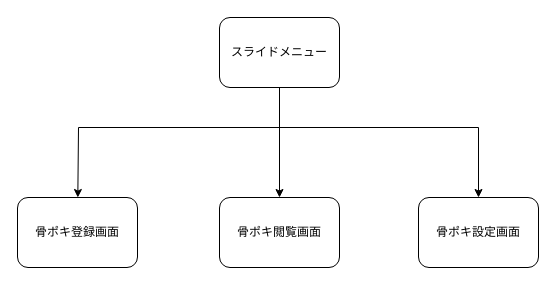
Above: 05_screen_design/screen_transition_diagram.drawio in k2491p/cracking_counter_doc (draw.io), before the change. Source tidied: cells renumbered, new cells numbered last; positions are measured from the earlier drawing's top-left corner, leaving out a move shared by most shapes. Both pictures are drawn from the tidied source at 100%, with x=0, y=0 at pixel (17, 17).
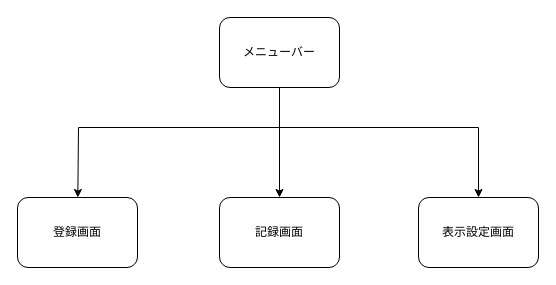
Above is the later version.

Change to the diagram source:
```diff
@@
 <mxGraphModel>
   <root>
     <mxCell id="0" />
     <mxCell id="1" parent="0" />
-    <mxCell id="2" value="骨ポキ登録画面" style="rounded=1;whiteSpace=wrap;html=1;" parent="1" vertex="1">
+    <mxCell id="2" value="登録画面" style="rounded=1;whiteSpace=wrap;html=1;" parent="1" vertex="1">
       <mxGeometry y="180" width="120" height="70" as="geometry" />
     </mxCell>
-    <mxCell id="3" value="骨ポキ閲覧画面" style="rounded=1;whiteSpace=wrap;html=1;" parent="1" vertex="1">
+    <mxCell id="3" value="記録画面" style="rounded=1;whiteSpace=wrap;html=1;" parent="1" vertex="1">
       <mxGeometry x="202" y="180" width="120" height="70" as="geometry" />
     </mxCell>
-    <mxCell id="4" value="骨ポキ設定画面" style="rounded=1;whiteSpace=wrap;html=1;" parent="1" vertex="1">
+    <mxCell id="4" value="表示設定画面" style="rounded=1;whiteSpace=wrap;html=1;" parent="1" vertex="1">
       <mxGeometry x="401" y="180" width="120" height="70" as="geometry" />
     </mxCell>
-    <mxCell id="5" value="スライドメニュー" style="rounded=1;whiteSpace=wrap;html=1;" parent="1" vertex="1">
+    <mxCell id="5" value="メニューバー" style="rounded=1;whiteSpace=wrap;html=1;" parent="1" vertex="1">
       <mxGeometry x="202" width="120" height="70" as="geometry" />
     </mxCell>
     <mxCell id="6" style="endArrow=classic;html=1;exitX=0.5;exitY=1;exitDx=0;exitDy=0;entryX=0.5;entryY=0;entryDx=0;entryDy=0;" parent="1" edge="1" source="5" target="3">
       <mxGeometry relative="1" as="geometry" />
     </mxCell>
     <mxCell id="7" style="endArrow=none;html=1;" parent="1" edge="1">
       <mxGeometry relative="1" as="geometry">
         <mxPoint x="61" y="110" as="sourcePoint" />
         <mxPoint x="461" y="110" as="targetPoint" />
       </mxGeometry>
     </mxCell>
     <mxCell id="8" style="endArrow=classic;html=1;" parent="1" edge="1" target="2">
       <mxGeometry relative="1" as="geometry">
         <mxPoint x="61" y="110" as="sourcePoint" />
       </mxGeometry>
     </mxCell>
     <mxCell id="9" style="endArrow=classic;html=1;entryX=0.5;entryY=0;entryDx=0;entryDy=0;" parent="1" edge="1" target="4">
       <mxGeometry relative="1" as="geometry">
         <mxPoint x="461" y="110" as="sourcePoint" />
       </mxGeometry>
     </mxCell>
   </root>
 </mxGraphModel>
```
